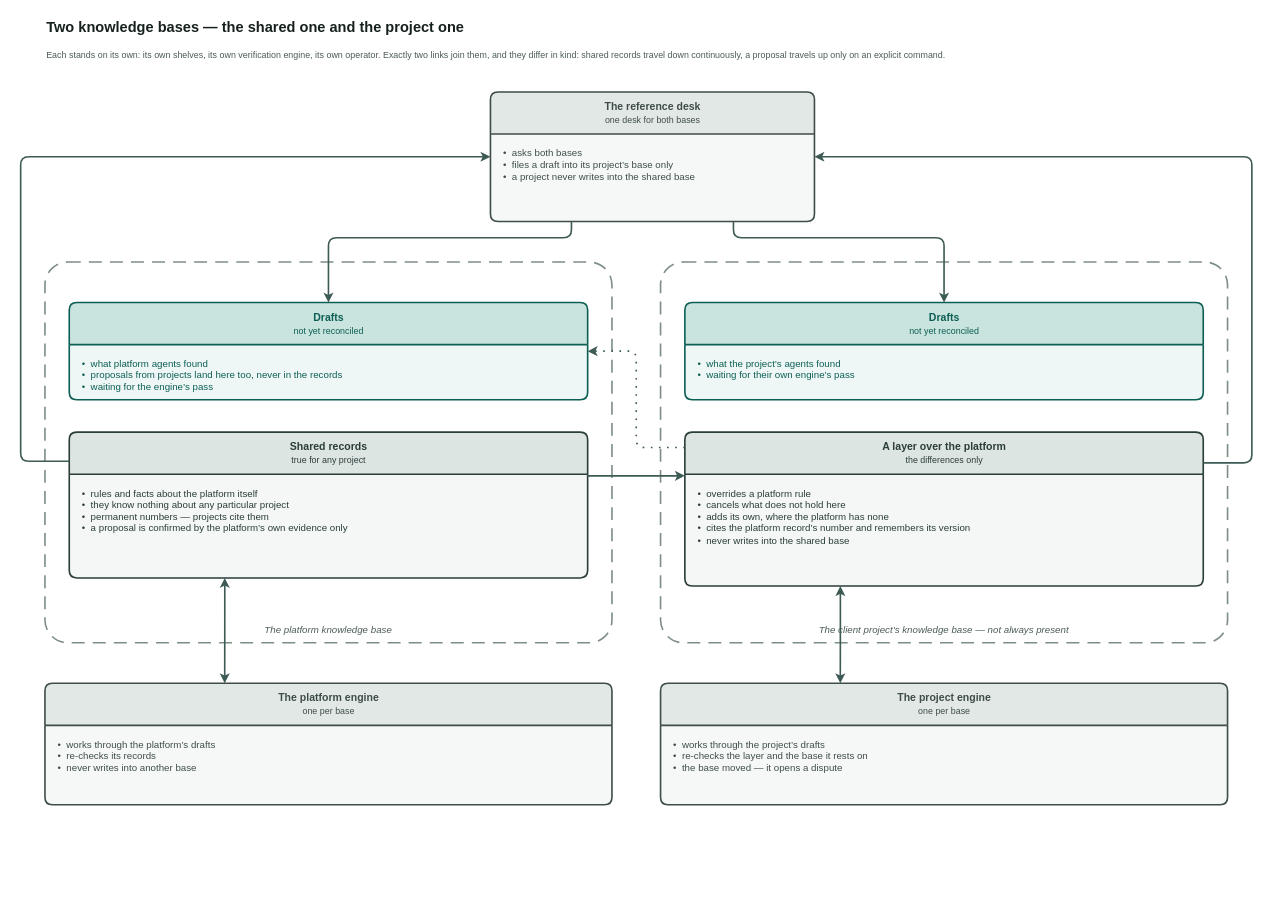
Above: page "Two knowledge bases" (2 of 6) of docs/adr/adr-knowledge-base-v3-overview.drawio in VirtoCommerce/ai-tools (draw.io), before the change. Source tidied: cells renumbered, new cells numbered last; positions are measured from the earlier drawing's top-left corner, leaving out a move shared by most shapes. Both pictures are drawn from the tidied source at 81%, with x=0, y=0 at pixel (20, 14).
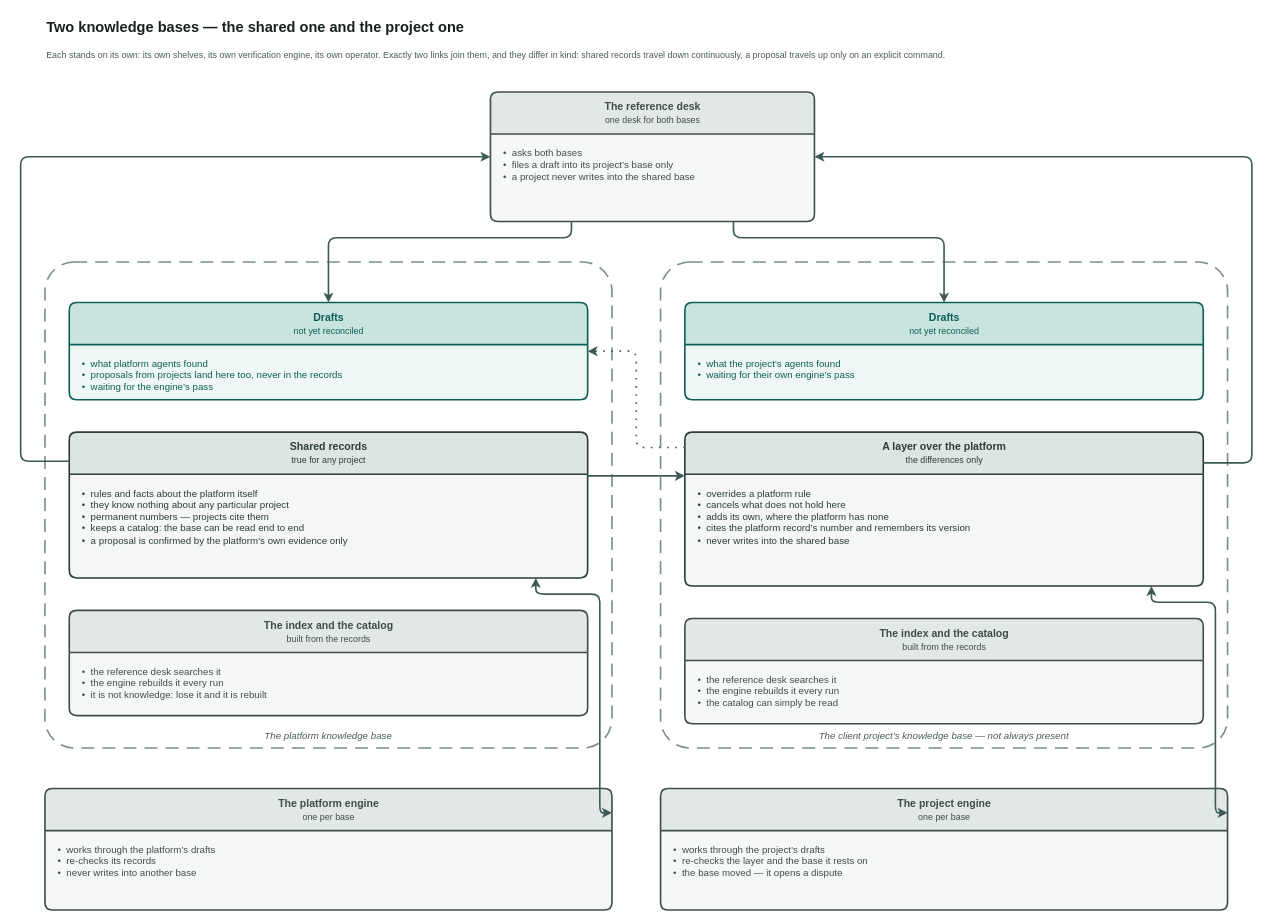
Above is the later version.

Commit message (it also covers changes not shown here):
docs(adr): kb v3 — the index appears where it is built and where it is used (VCST-5776)

The change refers to these unchanged cells:
```xml
<mxCell id="9" value="Shared records&lt;br&gt;&lt;span style=&quot;font-size:11px;font-weight:normal&quot;&gt;true for any project&lt;/span&gt;" style="swimlane;html=1;rounded=1;arcSize=6;startSize=52;horizontal=1;fillColor=#dde5e3;swimlaneFillColor=#f4f7f6;strokeColor=#2b3d39;fontColor=#2b3d39;fontSize=13;fontStyle=1;align=center;verticalAlign=middle;strokeWidth=2;fontFamily=Helvetica;" parent="1" vertex="1">
  <mxGeometry x="60" y="516" width="640" height="180" as="geometry" />
</mxCell>
<mxCell id="14" value="A layer over the platform&lt;br&gt;&lt;span style=&quot;font-size:11px;font-weight:normal&quot;&gt;the differences only&lt;/span&gt;" style="swimlane;html=1;rounded=1;arcSize=6;startSize=52;horizontal=1;fillColor=#dde5e3;swimlaneFillColor=#f4f7f6;strokeColor=#2b3d39;fontColor=#2b3d39;fontSize=13;fontStyle=1;align=center;verticalAlign=middle;strokeWidth=2;fontFamily=Helvetica;" parent="1" vertex="1">
  <mxGeometry x="820" y="516" width="640" height="190" as="geometry" />
</mxCell>
```

What changed in the source:
```diff
@@
     <mxCell id="6" value="The platform knowledge base" style="rounded=1;arcSize=6;whiteSpace=wrap;html=1;fillColor=none;strokeColor=#7d8d87;dashed=1;dashPattern=8 5;strokeWidth=2;verticalAlign=bottom;align=center;spacingBottom=6;fontColor=#4b5c57;fontStyle=2;fontSize=12;fontFamily=Helvetica;" parent="1" vertex="1">
-      <mxGeometry x="30" y="306" width="700" height="470" as="geometry" />
+      <mxGeometry x="30" y="306" width="700" height="600" as="geometry" />
     </mxCell>
@@
-    <mxCell id="10" value="•&amp;nbsp; rules and facts about the platform itself&lt;br&gt;•&amp;nbsp; they know nothing about any particular project&lt;br&gt;•&amp;nbsp; permanent numbers — projects cite them&lt;br&gt;•&amp;nbsp; a proposal is confirmed by the platform’s own evidence only" style="text;html=1;align=left;verticalAlign=top;whiteSpace=wrap;spacingLeft=14;spacingTop=10;spacingRight=10;fontSize=12;fontColor=#2b3d39;fontFamily=Helvetica;" parent="9" vertex="1">
+    <mxCell id="10" value="•&amp;nbsp; rules and facts about the platform itself&lt;br&gt;•&amp;nbsp; they know nothing about any particular project&lt;br&gt;•&amp;nbsp; permanent numbers — projects cite them&lt;br&gt;•&amp;nbsp; keeps a catalog: the base can be read end to end&lt;br&gt;•&amp;nbsp; a proposal is confirmed by the platform’s own evidence only" style="text;html=1;align=left;verticalAlign=top;whiteSpace=wrap;spacingLeft=14;spacingTop=10;spacingRight=10;fontSize=12;fontColor=#2b3d39;fontFamily=Helvetica;" parent="9" vertex="1">
       <mxGeometry y="52" width="640" height="128" as="geometry" />
     </mxCell>
     <mxCell id="11" value="The client project’s knowledge base — not always present" style="rounded=1;arcSize=6;whiteSpace=wrap;html=1;fillColor=none;strokeColor=#7d8d87;dashed=1;dashPattern=8 5;strokeWidth=2;verticalAlign=bottom;align=center;spacingBottom=6;fontColor=#4b5c57;fontStyle=2;fontSize=12;fontFamily=Helvetica;" parent="1" vertex="1">
-      <mxGeometry x="790" y="306" width="700" height="470" as="geometry" />
+      <mxGeometry x="790" y="306" width="700" height="600" as="geometry" />
     </mxCell>
@@
+    <mxCell id="28" value="The index and the catalog&lt;br&gt;&lt;span style=&quot;font-size:11px;font-weight:normal&quot;&gt;built from the records&lt;/span&gt;" style="swimlane;html=1;rounded=1;arcSize=6;startSize=52;horizontal=1;fillColor=#e2e8e6;swimlaneFillColor=#f6f8f7;strokeColor=#3f4d49;fontColor=#3f4d49;fontSize=13;fontStyle=1;align=center;verticalAlign=middle;strokeWidth=2;fontFamily=Helvetica;" parent="1" vertex="1">
+      <mxGeometry x="60" y="736" width="640" height="130" as="geometry" />
+    </mxCell>
+    <mxCell id="29" value="•&amp;nbsp; the reference desk searches it&lt;br&gt;•&amp;nbsp; the engine rebuilds it every run&lt;br&gt;•&amp;nbsp; it is not knowledge: lose it and it is rebuilt" style="text;html=1;align=left;verticalAlign=top;whiteSpace=wrap;spacingLeft=14;spacingTop=10;spacingRight=10;fontSize=12;fontColor=#3f4d49;fontFamily=Helvetica;" parent="28" vertex="1">
+      <mxGeometry y="52" width="640" height="78" as="geometry" />
+    </mxCell>
+    <mxCell id="30" value="The index and the catalog&lt;br&gt;&lt;span style=&quot;font-size:11px;font-weight:normal&quot;&gt;built from the records&lt;/span&gt;" style="swimlane;html=1;rounded=1;arcSize=6;startSize=52;horizontal=1;fillColor=#e2e8e6;swimlaneFillColor=#f6f8f7;strokeColor=#3f4d49;fontColor=#3f4d49;fontSize=13;fontStyle=1;align=center;verticalAlign=middle;strokeWidth=2;fontFamily=Helvetica;" parent="1" vertex="1">
+      <mxGeometry x="820" y="746" width="640" height="130" as="geometry" />
+    </mxCell>
+    <mxCell id="31" value="•&amp;nbsp; the reference desk searches it&lt;br&gt;•&amp;nbsp; the engine rebuilds it every run&lt;br&gt;•&amp;nbsp; the catalog can simply be read" style="text;html=1;align=left;verticalAlign=top;whiteSpace=wrap;spacingLeft=14;spacingTop=10;spacingRight=10;fontSize=12;fontColor=#3f4d49;fontFamily=Helvetica;" parent="30" vertex="1">
+      <mxGeometry y="52" width="640" height="78" as="geometry" />
+    </mxCell>
     <mxCell id="16" value="The platform engine&lt;br&gt;&lt;span style=&quot;font-size:11px;font-weight:normal&quot;&gt;one per base&lt;/span&gt;" style="swimlane;html=1;rounded=1;arcSize=6;startSize=52;horizontal=1;fillColor=#e2e8e6;swimlaneFillColor=#f6f8f7;strokeColor=#3f4d49;fontColor=#3f4d49;fontSize=13;fontStyle=1;align=center;verticalAlign=middle;strokeWidth=2;fontFamily=Helvetica;" parent="1" vertex="1">
-      <mxGeometry x="30" y="826" width="700" height="150" as="geometry" />
+      <mxGeometry x="30" y="956" width="700" height="150" as="geometry" />
     </mxCell>
@@
     <mxCell id="18" value="The project engine&lt;br&gt;&lt;span style=&quot;font-size:11px;font-weight:normal&quot;&gt;one per base&lt;/span&gt;" style="swimlane;html=1;rounded=1;arcSize=6;startSize=52;horizontal=1;fillColor=#e2e8e6;swimlaneFillColor=#f6f8f7;strokeColor=#3f4d49;fontColor=#3f4d49;fontSize=13;fontStyle=1;align=center;verticalAlign=middle;strokeWidth=2;fontFamily=Helvetica;" parent="1" vertex="1">
-      <mxGeometry x="790" y="826" width="700" height="150" as="geometry" />
+      <mxGeometry x="790" y="956" width="700" height="150" as="geometry" />
     </mxCell>
@@
-    <mxCell id="26" style="edgeStyle=orthogonalEdgeStyle;rounded=1;html=1;labelBackgroundColor=#ffffff;fontSize=12;strokeWidth=2;strokeColor=#3d5a55;fontColor=#2f3a37;fontFamily=Helvetica;startArrow=classic;startFill=1;exitX=0.3;exitY=1;exitDx=0;exitDy=0;entryX=0.317;entryY=0;entryDx=0;entryDy=0;" parent="1" edge="1" source="9" target="16">
-      <mxGeometry relative="1" as="geometry" />
+    <mxCell id="26" style="edgeStyle=orthogonalEdgeStyle;rounded=1;html=1;labelBackgroundColor=#ffffff;fontSize=12;strokeWidth=2;strokeColor=#3d5a55;fontColor=#2f3a37;fontFamily=Helvetica;startArrow=classic;startFill=1;exitX=0.9;exitY=1;exitDx=0;exitDy=0;entryX=1;entryY=0.2;entryDx=0;entryDy=0;" parent="1" edge="1" source="9" target="16">
+      <mxGeometry relative="1" as="geometry">
+        <Array as="points">
+          <mxPoint x="636" y="716" />
+          <mxPoint x="715" y="716" />
+          <mxPoint x="715" y="986" />
+        </Array>
+      </mxGeometry>
     </mxCell>
-    <mxCell id="27" style="edgeStyle=orthogonalEdgeStyle;rounded=1;html=1;labelBackgroundColor=#ffffff;fontSize=12;strokeWidth=2;strokeColor=#3d5a55;fontColor=#2f3a37;fontFamily=Helvetica;startArrow=classic;startFill=1;exitX=0.3;exitY=1;exitDx=0;exitDy=0;entryX=0.317;entryY=0;entryDx=0;entryDy=0;" parent="1" edge="1" source="14" target="18">
-      <mxGeometry relative="1" as="geometry" />
+    <mxCell id="27" style="edgeStyle=orthogonalEdgeStyle;rounded=1;html=1;labelBackgroundColor=#ffffff;fontSize=12;strokeWidth=2;strokeColor=#3d5a55;fontColor=#2f3a37;fontFamily=Helvetica;startArrow=classic;startFill=1;exitX=0.9;exitY=1;exitDx=0;exitDy=0;entryX=1;entryY=0.2;entryDx=0;entryDy=0;" parent="1" edge="1" source="14" target="18">
+      <mxGeometry relative="1" as="geometry">
+        <Array as="points">
+          <mxPoint x="1396" y="726" />
+          <mxPoint x="1475" y="726" />
+          <mxPoint x="1475" y="986" />
+        </Array>
+      </mxGeometry>
     </mxCell>
```
